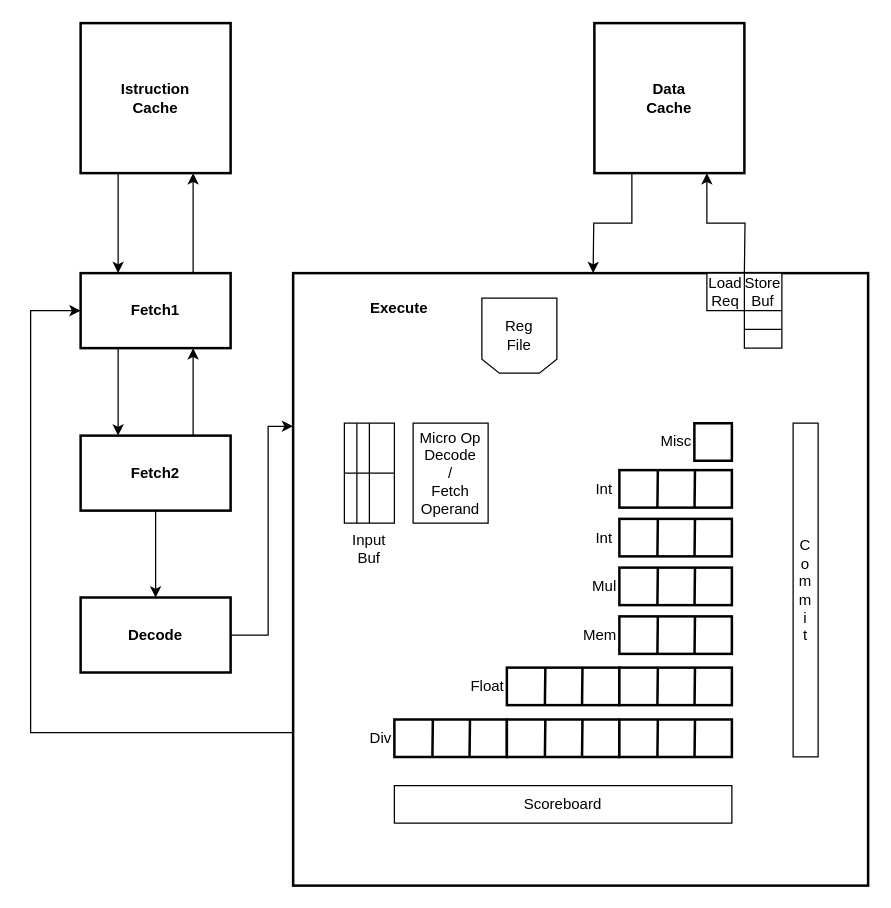
The draw.io diagram Diagrammi/MinorArm.drawio in The90Frank/MinorArmAnalyzer, before the edit. Source tidied: cells renumbered, new cells numbered last; positions are measured from the earlier drawing's top-left corner, leaving out a move shared by most shapes. Both pictures are drawn from the tidied source at 125%, with x=0, y=0 at pixel (30, 22).
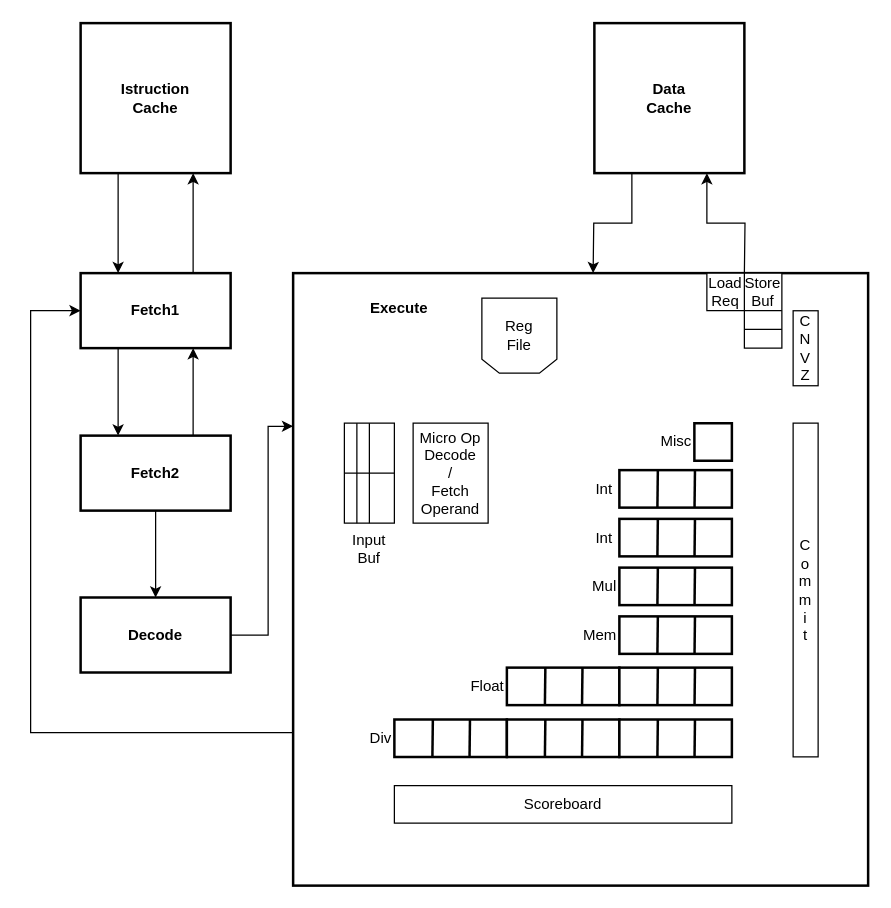
After the change.

Change to the diagram source:
```diff
@@
+    <mxCell id="59" value="C&lt;br&gt;N&lt;br&gt;V&lt;br&gt;Z" style="rounded=0;whiteSpace=wrap;html=1;" parent="1" vertex="1">
+      <mxGeometry x="610" y="230.1" width="20" height="60" as="geometry" />
+    </mxCell>
```
